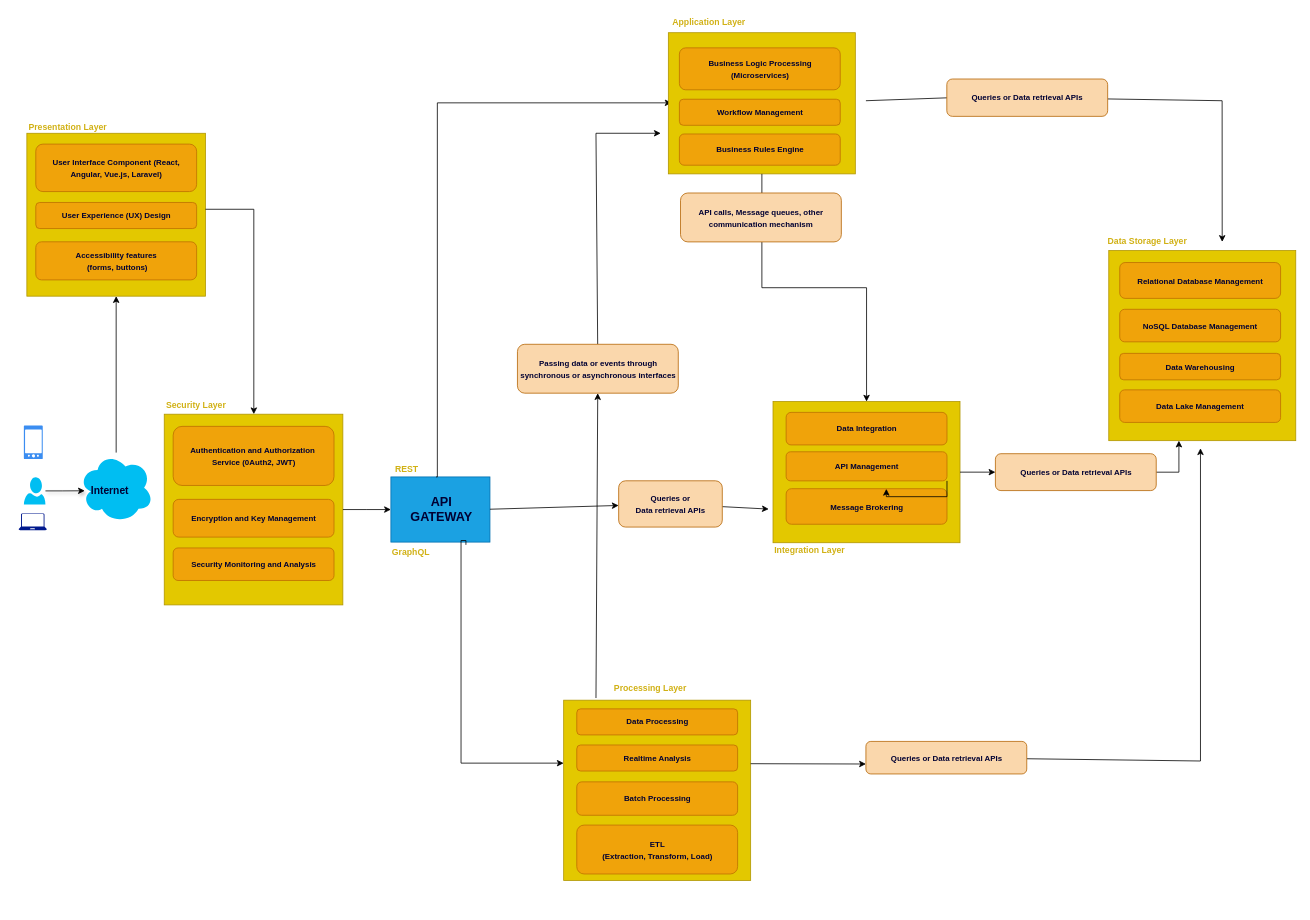
dabiko/draw-io keeps this draw.io diagram as Food_Delivery_Architecture.drawio. Above is the earlier version. Source tidied: cells renumbered, new cells numbered last; positions are measured from the earlier drawing's top-left corner, leaving out a move shared by most shapes. Both pictures are drawn from the tidied source at 79%, with x=0, y=0 at pixel (13, 13).
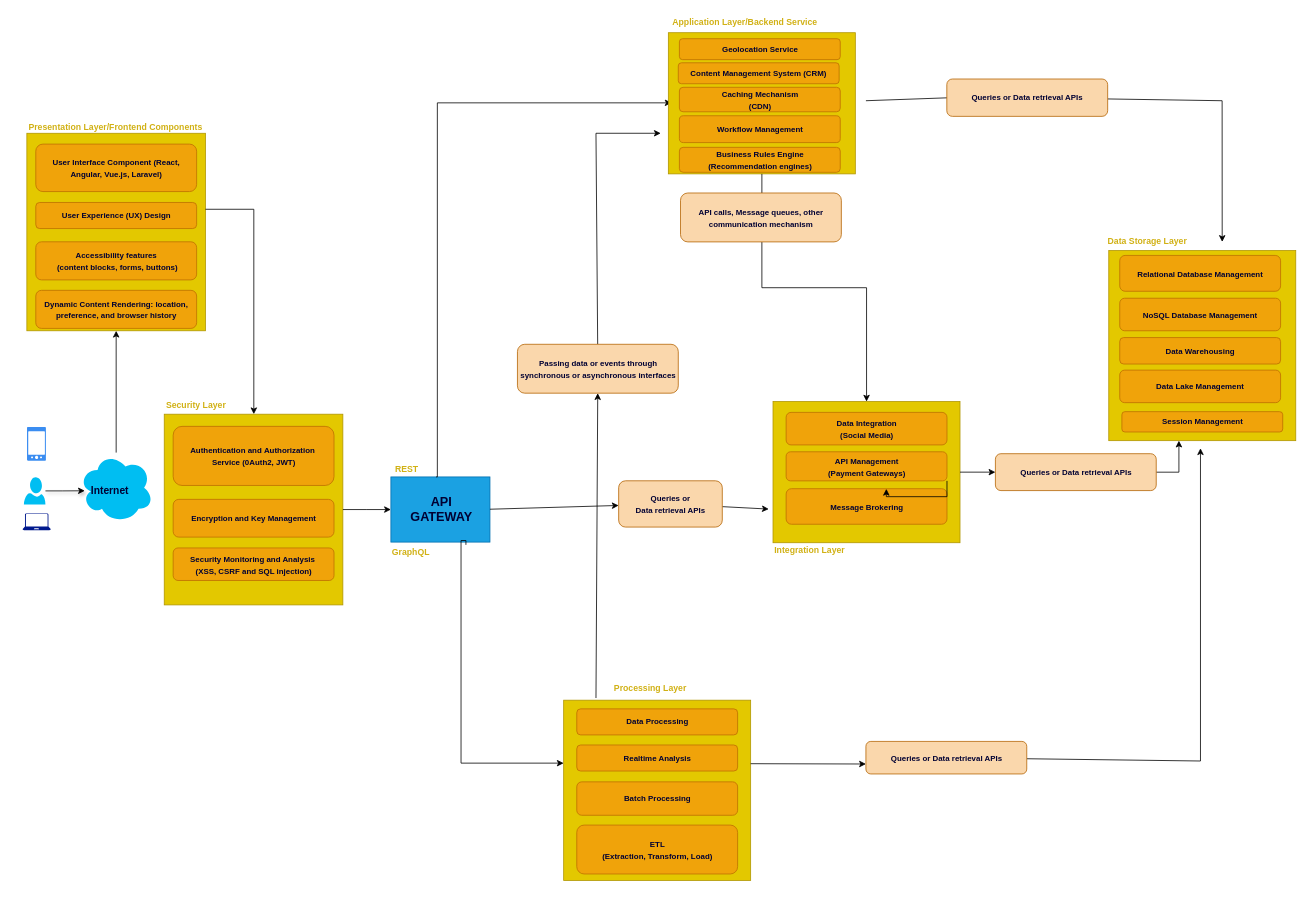
The same diagram, later.

Unchanged cells that the change refers to:
```xml
<mxCell id="2" style="group;" parent="1" vertex="1">
  <mxGeometry width="1620" height="1130" as="geometry" />
</mxCell>
<mxCell id="9" style="group;" parent="2" vertex="1">
  <mxGeometry x="16.5" y="151.2" width="226.1" height="282.7" as="geometry" />
</mxCell>
<mxCell id="16" style="group;" parent="2" vertex="1">
  <mxGeometry x="190.4" y="459.5" width="226.1" height="288.7" as="geometry" />
</mxCell>
<mxCell id="38" style="group;" parent="2" vertex="1">
  <mxGeometry x="961" y="490.8" width="236.7" height="209" as="geometry" />
</mxCell>
<mxCell id="52" style="group;" parent="2" vertex="1">
  <mxGeometry x="1383.3" y="273.6" width="236.7" height="265.3" as="geometry" />
</mxCell>
```

Diff of the diagram source:
```diff
@@
     <mxCell id="5" style="sketch=0;html=1;strokeColor=none;shadow=0;fillColor=#3B8DF1;verticalAlign=top;labelPosition=center;verticalLabelPosition=bottom;shape=mxgraph.gcp2.phone_android;" parent="2" vertex="1">
-      <mxGeometry x="12.7" y="521" width="23.9" height="42.6" as="geometry" />
+      <mxGeometry x="16.7" y="523" width="23.9" height="42.6" as="geometry" />
     </mxCell>
     <mxCell id="6" style="sketch=0;shadow=0;dashed=0;html=1;strokeColor=none;labelPosition=center;verticalLabelPosition=bottom;verticalAlign=top;align=center;fillColor=#00188D;shape=mxgraph.azure.laptop;" parent="2" vertex="1">
-      <mxGeometry x="6.1" y="632.4" width="35.7" height="21.4" as="geometry" />
+      <mxGeometry x="11.1" y="632.4" width="35.7" height="21.4" as="geometry" />
     </mxCell>
@@
     <mxCell id="10" style="group;" parent="9" vertex="1">
-      <mxGeometry width="226.1" height="206.2" as="geometry" />
+      <mxGeometry width="226.1" height="250" as="geometry" />
     </mxCell>
     <mxCell id="11" style="whiteSpace=wrap;html=1;verticalAlign=top;fillColor=#e3c800;strokeColor=#B09500;fontColor=#000000;" parent="10" vertex="1">
-      <mxGeometry width="226.1" height="206.2" as="geometry" />
+      <mxGeometry width="226.1" height="250" as="geometry" />
     </mxCell>
@@
-    <mxCell id="14" value="&lt;b style=&quot;color: rgb(0, 0, 51); font-size: 10px;&quot;&gt;Accessibility features&lt;br&gt;&amp;nbsp;(forms, buttons)&lt;/b&gt;" style="rounded=1;whiteSpace=wrap;html=1;fillColor=#f0a30a;fontColor=#000000;strokeColor=#BD7000;" parent="10" vertex="1">
+    <mxCell id="14" value="&lt;b style=&quot;color: rgb(0, 0, 51); font-size: 10px;&quot;&gt;Accessibility features&lt;br&gt;&amp;nbsp;(content blocks, forms, buttons)&lt;/b&gt;" style="rounded=1;whiteSpace=wrap;html=1;fillColor=#f0a30a;fontColor=#000000;strokeColor=#BD7000;" parent="10" vertex="1">
       <mxGeometry x="11.3" y="137.4" width="203.6" height="48.2" as="geometry" />
     </mxCell>
+    <mxCell id="76" value="&lt;font color=&quot;#000033&quot;&gt;&lt;span style=&quot;font-size: 10px;&quot;&gt;&lt;b&gt;Dynamic Content Rendering:&amp;nbsp;&lt;/b&gt;&lt;/span&gt;&lt;/font&gt;&lt;b style=&quot;font-size: 10px; color: rgb(0, 0, 51); background-color: initial;&quot;&gt;location, preference, and browser history&lt;/b&gt;" style="rounded=1;whiteSpace=wrap;html=1;fillColor=#f0a30a;fontColor=#000000;strokeColor=#BD7000;" parent="10" vertex="1">
+      <mxGeometry x="11.3" y="198.8" width="203.6" height="48.2" as="geometry" />
+    </mxCell>
@@
-    <mxCell id="20" value="&lt;font color=&quot;#000033&quot;&gt;&lt;span style=&quot;font-size: 10px;&quot;&gt;&lt;b&gt;Security Monitoring and Analysis&lt;/b&gt;&lt;/span&gt;&lt;/font&gt;" style="rounded=1;whiteSpace=wrap;html=1;fillColor=#f0a30a;fontColor=#000000;strokeColor=#BD7000;" parent="16" vertex="1">
+    <mxCell id="20" value="&lt;font color=&quot;#000033&quot;&gt;&lt;span style=&quot;font-size: 10px;&quot;&gt;&lt;b&gt;Security Monitoring and Analysis&amp;nbsp;&lt;/b&gt;&lt;/span&gt;&lt;/font&gt;&lt;div&gt;&lt;font color=&quot;#000033&quot;&gt;&lt;span style=&quot;font-size: 10px;&quot;&gt;&lt;b&gt;(XSS, CSRF and SQL injection)&lt;/b&gt;&lt;/span&gt;&lt;/font&gt;&lt;/div&gt;" style="rounded=1;whiteSpace=wrap;html=1;fillColor=#f0a30a;fontColor=#000000;strokeColor=#BD7000;" parent="16" vertex="1">
       <mxGeometry x="11.3" y="216.6" width="203.6" height="41.2" as="geometry" />
     </mxCell>
@@
     <mxCell id="30" style="group;" parent="2" vertex="1">
-      <mxGeometry x="797.1" width="236.7" height="202.6" as="geometry" />
+      <mxGeometry x="797.1" width="251.6" height="202.6" as="geometry" />
     </mxCell>
@@
-    <mxCell id="32" value="&lt;span style=&quot;color: rgb(209, 177, 21); font-weight: 700; text-wrap: nowrap; font-size: 11px;&quot;&gt;&lt;font style=&quot;font-size: 11px;&quot;&gt;Application Layer&lt;/font&gt;&lt;/span&gt;&lt;div style=&quot;color: rgb(209, 177, 21); font-weight: 700; text-wrap: nowrap; font-size: 11px;&quot;&gt;&lt;br&gt;&lt;/div&gt;" style="text;html=1;align=left;verticalAlign=middle;whiteSpace=wrap;rounded=0;" parent="30" vertex="1">
-      <mxGeometry x="34.5" width="136.6" height="33.5" as="geometry" />
+    <mxCell id="32" value="&lt;span style=&quot;color: rgb(209, 177, 21); font-weight: 700; text-wrap: nowrap; font-size: 11px;&quot;&gt;&lt;font style=&quot;font-size: 11px;&quot;&gt;Application Layer/Backend Service&lt;/font&gt;&lt;/span&gt;&lt;div style=&quot;color: rgb(209, 177, 21); font-weight: 700; text-wrap: nowrap; font-size: 11px;&quot;&gt;&lt;br&gt;&lt;/div&gt;" style="text;html=1;align=left;verticalAlign=middle;whiteSpace=wrap;rounded=0;" parent="30" vertex="1">
+      <mxGeometry x="34.5" width="205.5" height="33.5" as="geometry" />
     </mxCell>
-    <mxCell id="33" value="&lt;font size=&quot;1&quot; color=&quot;#000033&quot;&gt;&lt;b style=&quot;&quot;&gt;Business Logic Processing&lt;br&gt;(Microservices)&lt;/b&gt;&lt;/font&gt;" style="rounded=1;whiteSpace=wrap;html=1;fillColor=#f0a30a;fontColor=#000000;strokeColor=#BD7000;" parent="30" vertex="1">
-      <mxGeometry x="45.4" y="43.1" width="203.6" height="53.1" as="geometry" />
+    <mxCell id="33" value="&lt;font size=&quot;1&quot; color=&quot;#000033&quot;&gt;&lt;b&gt;Geolocation Service&lt;/b&gt;&lt;/font&gt;" style="rounded=1;whiteSpace=wrap;html=1;fillColor=#f0a30a;fontColor=#000000;strokeColor=#BD7000;" parent="30" vertex="1">
+      <mxGeometry x="45.4" y="31.5" width="203.6" height="26.5" as="geometry" />
     </mxCell>
-    <mxCell id="34" value="&lt;font size=&quot;1&quot; color=&quot;#000033&quot;&gt;&lt;b style=&quot;&quot;&gt;Workflow Management&lt;/b&gt;&lt;/font&gt;" style="rounded=1;whiteSpace=wrap;html=1;fillColor=#f0a30a;fontColor=#000000;strokeColor=#BD7000;" parent="30" vertex="1">
-      <mxGeometry x="45.4" y="108.1" width="203.6" height="33" as="geometry" />
+    <mxCell id="34" value="&lt;font size=&quot;1&quot; color=&quot;#000033&quot;&gt;&lt;b style=&quot;&quot;&gt;Caching Mechanism&lt;/b&gt;&lt;/font&gt;&lt;div&gt;&lt;font size=&quot;1&quot; color=&quot;#000033&quot;&gt;&lt;b style=&quot;&quot;&gt;(CDN)&lt;/b&gt;&lt;/font&gt;&lt;/div&gt;" style="rounded=1;whiteSpace=wrap;html=1;fillColor=#f0a30a;fontColor=#000000;strokeColor=#BD7000;" parent="30" vertex="1">
+      <mxGeometry x="45.4" y="93" width="203.6" height="31" as="geometry" />
     </mxCell>
-    <mxCell id="35" value="&lt;b style=&quot;color: rgb(0, 0, 51);&quot;&gt;&lt;font style=&quot;font-size: 10px;&quot;&gt;Business Rules Engine&lt;/font&gt;&lt;/b&gt;" style="rounded=1;whiteSpace=wrap;html=1;fillColor=#f0a30a;fontColor=#000000;strokeColor=#BD7000;" parent="30" vertex="1">
-      <mxGeometry x="45.4" y="152.1" width="203.6" height="39.5" as="geometry" />
+    <mxCell id="35" value="&lt;b style=&quot;color: rgb(0, 0, 51);&quot;&gt;&lt;font style=&quot;font-size: 10px;&quot;&gt;Business Rules Engine&lt;/font&gt;&lt;/b&gt;&lt;div&gt;&lt;b style=&quot;color: rgb(0, 0, 51);&quot;&gt;&lt;font style=&quot;font-size: 10px;&quot;&gt;(Recommendation engines)&lt;/font&gt;&lt;/b&gt;&lt;/div&gt;" style="rounded=1;whiteSpace=wrap;html=1;fillColor=#f0a30a;fontColor=#000000;strokeColor=#BD7000;" parent="30" vertex="1">
+      <mxGeometry x="45.4" y="169" width="203.6" height="31.6" as="geometry" />
     </mxCell>
+    <mxCell id="77" value="&lt;font size=&quot;1&quot; color=&quot;#000033&quot;&gt;&lt;b&gt;Content Management System (CRM)&lt;/b&gt;&lt;/font&gt;" style="rounded=1;whiteSpace=wrap;html=1;fillColor=#f0a30a;fontColor=#000000;strokeColor=#BD7000;" parent="30" vertex="1">
+      <mxGeometry x="44" y="62" width="203.6" height="26.5" as="geometry" />
+    </mxCell>
+    <mxCell id="78" value="&lt;font size=&quot;1&quot; color=&quot;#000033&quot;&gt;&lt;b style=&quot;&quot;&gt;Workflow Management&lt;/b&gt;&lt;/font&gt;" style="rounded=1;whiteSpace=wrap;html=1;fillColor=#f0a30a;fontColor=#000000;strokeColor=#BD7000;" parent="30" vertex="1">
+      <mxGeometry x="45.4" y="129" width="203.6" height="34" as="geometry" />
+    </mxCell>
@@
-    <mxCell id="41" value="&lt;font size=&quot;1&quot; color=&quot;#000033&quot;&gt;&lt;b style=&quot;&quot;&gt;Data Integration&lt;/b&gt;&lt;/font&gt;" style="rounded=1;whiteSpace=wrap;html=1;fillColor=#f0a30a;fontColor=#000000;strokeColor=#BD7000;" parent="38" vertex="1">
+    <mxCell id="41" value="&lt;font size=&quot;1&quot; color=&quot;#000033&quot;&gt;&lt;b style=&quot;&quot;&gt;Data Integration&lt;/b&gt;&lt;/font&gt;&lt;div&gt;&lt;font size=&quot;1&quot; color=&quot;#000033&quot;&gt;&lt;b style=&quot;&quot;&gt;(Social Media)&lt;/b&gt;&lt;/font&gt;&lt;/div&gt;" style="rounded=1;whiteSpace=wrap;html=1;fillColor=#f0a30a;fontColor=#000000;strokeColor=#BD7000;" parent="38" vertex="1">
       <mxGeometry x="16.6" y="13.7" width="203.6" height="41.2" as="geometry" />
     </mxCell>
-    <mxCell id="42" value="&lt;font size=&quot;1&quot; color=&quot;#000033&quot;&gt;&lt;b style=&quot;&quot;&gt;API Management&lt;/b&gt;&lt;/font&gt;" style="rounded=1;whiteSpace=wrap;html=1;fillColor=#f0a30a;fontColor=#000000;strokeColor=#BD7000;" parent="38" vertex="1">
+    <mxCell id="42" value="&lt;font size=&quot;1&quot; color=&quot;#000033&quot;&gt;&lt;b style=&quot;&quot;&gt;API Management&lt;/b&gt;&lt;/font&gt;&lt;div&gt;&lt;font size=&quot;1&quot; color=&quot;#000033&quot;&gt;&lt;b style=&quot;&quot;&gt;(Payment Gateways)&lt;/b&gt;&lt;/font&gt;&lt;/div&gt;" style="rounded=1;whiteSpace=wrap;html=1;fillColor=#f0a30a;fontColor=#000000;strokeColor=#BD7000;" parent="38" vertex="1">
       <mxGeometry x="16.6" y="63.6" width="203.6" height="36.8" as="geometry" />
     </mxCell>
@@
     <mxCell id="55" value="&lt;font size=&quot;1&quot; color=&quot;#000033&quot;&gt;&lt;b style=&quot;&quot;&gt;Relational Database Management&lt;/b&gt;&lt;/font&gt;" style="rounded=1;whiteSpace=wrap;html=1;fillColor=#f0a30a;fontColor=#000000;strokeColor=#BD7000;" parent="52" vertex="1">
-      <mxGeometry x="16.6" y="41.2" width="203.6" height="45.4" as="geometry" />
+      <mxGeometry x="16.6" y="32.2" width="203.6" height="45.4" as="geometry" />
     </mxCell>
     <mxCell id="56" value="&lt;b style=&quot;color: rgb(0, 0, 51); font-size: x-small;&quot;&gt;NoSQL Database Management&lt;/b&gt;" style="rounded=1;whiteSpace=wrap;html=1;fillColor=#f0a30a;fontColor=#000000;strokeColor=#BD7000;" parent="52" vertex="1">
-      <mxGeometry x="16.6" y="100.4" width="203.6" height="41.2" as="geometry" />
+      <mxGeometry x="16.6" y="86.4" width="203.6" height="41.2" as="geometry" />
     </mxCell>
     <mxCell id="57" value="&lt;b style=&quot;color: rgb(0, 0, 51);&quot;&gt;&lt;font style=&quot;font-size: 10px;&quot;&gt;Data Warehousing&lt;/font&gt;&lt;/b&gt;" style="rounded=1;whiteSpace=wrap;html=1;fillColor=#f0a30a;fontColor=#000000;strokeColor=#BD7000;" parent="52" vertex="1">
-      <mxGeometry x="16.6" y="156.2" width="203.6" height="33.5" as="geometry" />
+      <mxGeometry x="16.6" y="136.2" width="203.6" height="33.5" as="geometry" />
     </mxCell>
     <mxCell id="58" value="&lt;font color=&quot;#000033&quot;&gt;&lt;span style=&quot;font-size: 10px;&quot;&gt;&lt;b&gt;Data Lake Management&lt;/b&gt;&lt;/span&gt;&lt;/font&gt;" style="rounded=1;whiteSpace=wrap;html=1;fillColor=#f0a30a;fontColor=#000000;strokeColor=#BD7000;" parent="52" vertex="1">
-      <mxGeometry x="16.6" y="202.4" width="203.6" height="41.2" as="geometry" />
+      <mxGeometry x="16.6" y="177.4" width="203.6" height="41.2" as="geometry" />
     </mxCell>
+    <mxCell id="79" value="&lt;font color=&quot;#000033&quot;&gt;&lt;span style=&quot;font-size: 10px;&quot;&gt;&lt;b&gt;Session Management&lt;/b&gt;&lt;/span&gt;&lt;/font&gt;" style="rounded=1;whiteSpace=wrap;html=1;fillColor=#f0a30a;fontColor=#000000;strokeColor=#BD7000;" parent="52" vertex="1">
+      <mxGeometry x="19.3" y="230" width="203.6" height="25.7" as="geometry" />
+    </mxCell>
@@
-    <mxCell id="62" value="&lt;div style=&quot;color: rgb(209, 177, 21); font-weight: 700; text-wrap: nowrap; font-size: 11px;&quot;&gt;Presentation Layer&lt;div&gt;&lt;br&gt;&lt;/div&gt;&lt;/div&gt;" style="text;html=1;align=left;verticalAlign=middle;whiteSpace=wrap;rounded=0;" parent="2" vertex="1">
-      <mxGeometry x="16.5" y="129.2" width="136.6" height="41.2" as="geometry" />
+    <mxCell id="62" value="&lt;div style=&quot;color: rgb(209, 177, 21); font-weight: 700; text-wrap: nowrap; font-size: 11px;&quot;&gt;Presentation Layer/Frontend Components&lt;div&gt;&lt;br&gt;&lt;/div&gt;&lt;/div&gt;" style="text;html=1;align=left;verticalAlign=middle;whiteSpace=wrap;rounded=0;" parent="2" vertex="1">
+      <mxGeometry x="16.5" y="129.2" width="223.5" height="41.2" as="geometry" />
     </mxCell>
```
